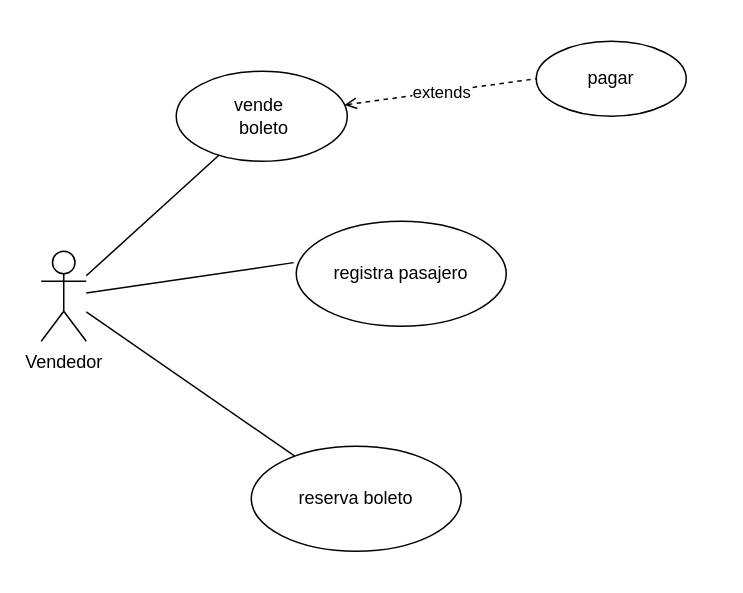
The draw.io diagram diagramas.drawio in rene525456/requisitos_software, before the edit. Source tidied: cells renumbered, new cells numbered last; positions are measured from the earlier drawing's top-left corner, leaving out a move shared by most shapes. Both pictures are drawn from the tidied source at 150%, with x=0, y=0 at pixel (40, 40).
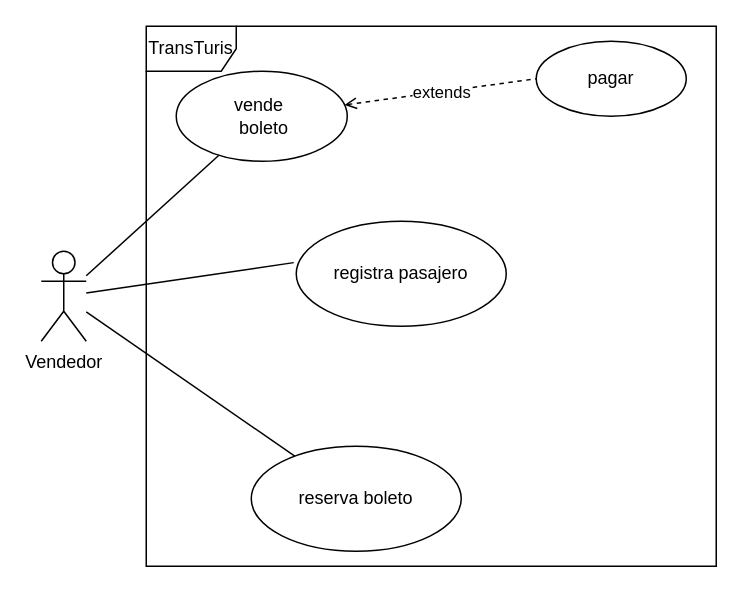
The same diagram, later.

Change to the diagram source:
```diff
@@
 <mxGraphModel>
   <root>
     <mxCell id="0" />
     <mxCell id="1" parent="0" />
     <mxCell id="2" style="rounded=0;jettySize=auto;html=1;endArrow=none;endFill=0;" parent="1" edge="1" source="5" target="7">
       <mxGeometry relative="1" as="geometry" />
     </mxCell>
     <mxCell id="3" style="edgeStyle=none;rounded=0;jettySize=auto;html=1;endArrow=none;endFill=0;" parent="1" edge="1" source="5" target="8">
       <mxGeometry relative="1" as="geometry" />
     </mxCell>
     <mxCell id="4" style="edgeStyle=none;rounded=0;jettySize=auto;html=1;entryX=-0.012;entryY=0.394;entryDx=0;entryDy=0;entryPerimeter=0;endArrow=none;endFill=0;" parent="1" edge="1" source="5" target="9">
       <mxGeometry relative="1" as="geometry" />
     </mxCell>
     <mxCell id="5" value="Vendedor" style="shape=umlActor;verticalLabelPosition=bottom;verticalAlign=top;html=1;" parent="1" vertex="1">
       <mxGeometry y="140" width="30" height="60" as="geometry" />
     </mxCell>
     <mxCell id="6" value="extends" style="edgeStyle=none;rounded=0;jettySize=auto;html=1;entryX=0;entryY=0.5;entryDx=0;entryDy=0;endArrow=none;endFill=0;dashed=1;startArrow=open;startFill=0;" parent="1" edge="1" source="7" target="10">
       <mxGeometry relative="1" as="geometry" />
     </mxCell>
     <mxCell id="7" value="vende&amp;nbsp;&lt;br&gt;&amp;nbsp;boleto" style="ellipse;whiteSpace=wrap;html=1;" parent="1" vertex="1">
       <mxGeometry x="90" y="20" width="114" height="60" as="geometry" />
     </mxCell>
     <mxCell id="8" value="reserva boleto" style="ellipse;whiteSpace=wrap;html=1;" parent="1" vertex="1">
       <mxGeometry x="140" y="270" width="140" height="70" as="geometry" />
     </mxCell>
     <mxCell id="9" value="registra pasajero" style="ellipse;whiteSpace=wrap;html=1;" parent="1" vertex="1">
       <mxGeometry x="170" y="120" width="140" height="70" as="geometry" />
     </mxCell>
     <mxCell id="10" value="pagar" style="ellipse;whiteSpace=wrap;html=1;" parent="1" vertex="1">
       <mxGeometry x="330" width="100" height="50" as="geometry" />
     </mxCell>
+    <mxCell id="11" value="TransTuris" style="shape=umlFrame;whiteSpace=wrap;html=1;" parent="1" vertex="1">
+      <mxGeometry x="70" y="-10" width="380" height="360" as="geometry" />
+    </mxCell>
   </root>
 </mxGraphModel>
```
